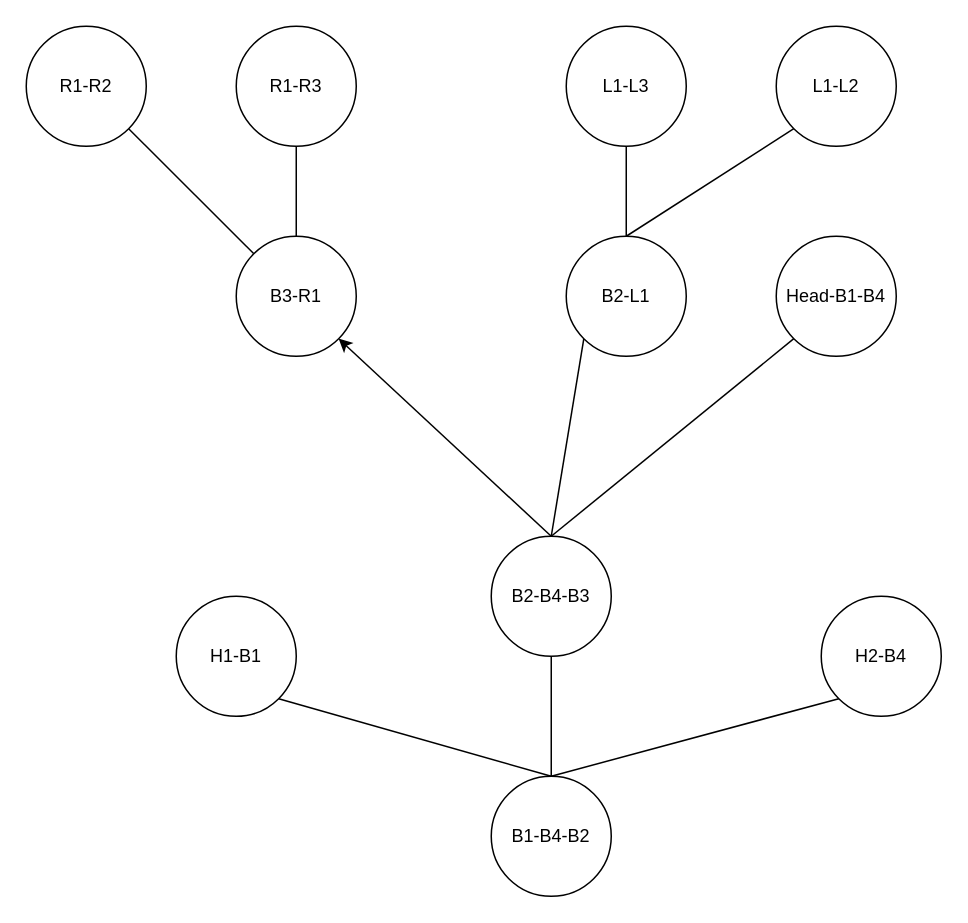
aneesh-shetye/diagrams keeps this draw.io diagram as ML-HW5.drawio. Above is the earlier version. Source tidied: cells renumbered, new cells numbered last; positions are measured from the earlier drawing's top-left corner, leaving out a move shared by most shapes. Both pictures are drawn from the tidied source at 150%, with x=0, y=0 at pixel (26, 26).
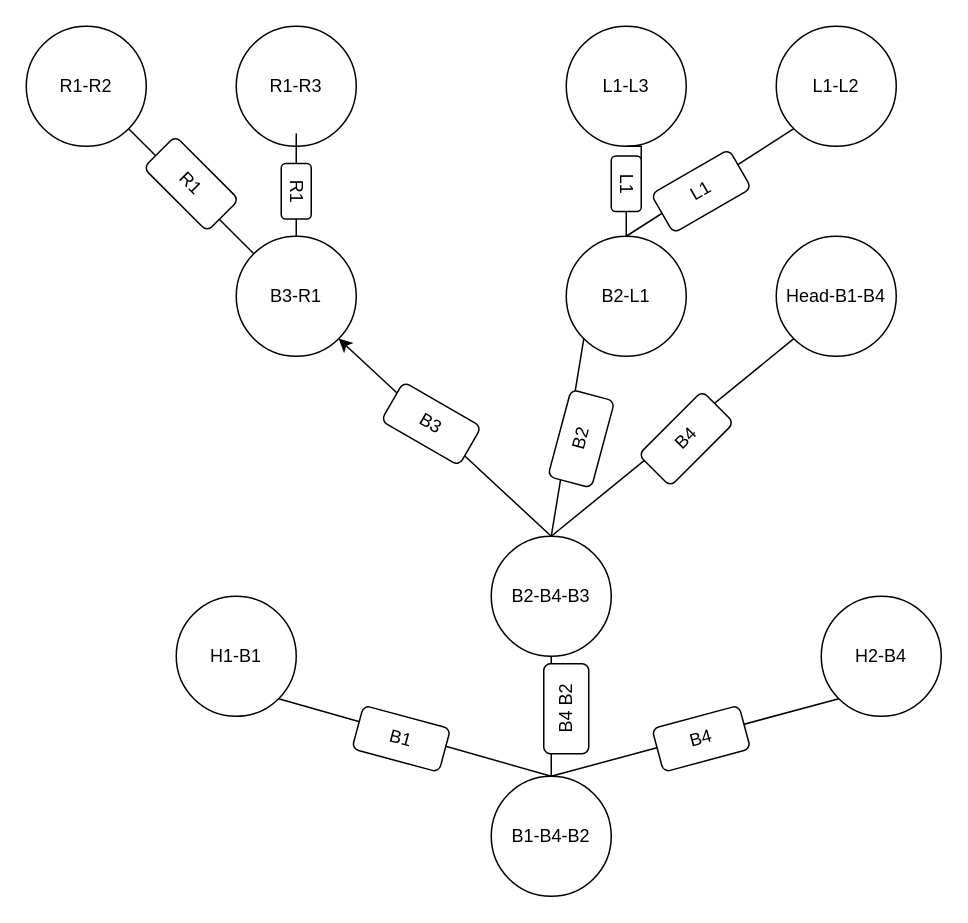
After the change.

The change refers to these unchanged cells:
```xml
<mxCell id="5" value="R1-R3" style="ellipse;whiteSpace=wrap;html=1;" parent="1" vertex="1">
  <mxGeometry x="140" width="80" height="80" as="geometry" />
</mxCell>
<mxCell id="7" value="L1-L3" style="ellipse;whiteSpace=wrap;html=1;" parent="1" vertex="1">
  <mxGeometry x="360" width="80" height="80" as="geometry" />
</mxCell>
<mxCell id="11" value="B3-R1" style="ellipse;whiteSpace=wrap;html=1;" parent="1" vertex="1">
  <mxGeometry x="140" y="140" width="80" height="80" as="geometry" />
</mxCell>
<mxCell id="13" value="B2-L1" style="ellipse;whiteSpace=wrap;html=1;" parent="1" vertex="1">
  <mxGeometry x="360" y="140" width="80" height="80" as="geometry" />
</mxCell>
```

What changed in the source:
```diff
@@
-    <mxCell id="4" style="edgeStyle=orthogonalEdgeStyle;rounded=0;jettySize=auto;html=1;endArrow=none;endFill=0;" parent="1" edge="1" source="5" target="11">
+    <mxCell id="4" style="edgeStyle=orthogonalEdgeStyle;rounded=0;jettySize=auto;html=1;endArrow=none;endFill=0;" parent="1" edge="1" source="25" target="11">
       <mxGeometry relative="1" as="geometry" />
     </mxCell>
@@
-    <mxCell id="6" style="edgeStyle=orthogonalEdgeStyle;rounded=0;jettySize=auto;html=1;exitX=0.5;exitY=1;exitDx=0;exitDy=0;entryX=0.5;entryY=0;entryDx=0;entryDy=0;endArrow=none;endFill=0;" parent="1" edge="1" source="7" target="13">
+    <mxCell id="6" style="edgeStyle=orthogonalEdgeStyle;rounded=0;jettySize=auto;html=1;exitX=0.5;exitY=1;exitDx=0;exitDy=0;entryX=0.5;entryY=0;entryDx=0;entryDy=0;endArrow=none;endFill=0;" parent="1" edge="1" source="28" target="13">
       <mxGeometry relative="1" as="geometry" />
     </mxCell>
@@
+    <mxCell id="23" value="R1" style="rounded=1;whiteSpace=wrap;html=1;rotation=45;" parent="1" vertex="1">
+      <mxGeometry x="80" y="90" width="60" height="30" as="geometry" />
+    </mxCell>
+    <mxCell id="24" style="edgeStyle=orthogonalEdgeStyle;rounded=0;jettySize=auto;html=1;endArrow=none;endFill=0;" parent="1" edge="1" source="5" target="25">
+      <mxGeometry relative="1" as="geometry" />
+    </mxCell>
+    <mxCell id="25" value="R1" style="rounded=1;whiteSpace=wrap;html=1;rotation=90;" parent="1" vertex="1">
+      <mxGeometry x="161.5" y="100" width="37" height="20" as="geometry" />
+    </mxCell>
+    <mxCell id="26" value="L1" style="rounded=1;whiteSpace=wrap;html=1;rotation=-30;" parent="1" vertex="1">
+      <mxGeometry x="420" y="95" width="60" height="30" as="geometry" />
+    </mxCell>
+    <mxCell id="27" style="edgeStyle=orthogonalEdgeStyle;rounded=0;jettySize=auto;html=1;exitX=0.5;exitY=1;exitDx=0;exitDy=0;entryX=0.5;entryY=0;entryDx=0;entryDy=0;endArrow=none;endFill=0;" parent="1" edge="1" source="7" target="28">
+      <mxGeometry relative="1" as="geometry" />
+    </mxCell>
+    <mxCell id="28" value="L1" style="rounded=1;whiteSpace=wrap;html=1;rotation=90;" parent="1" vertex="1">
+      <mxGeometry x="381.5" y="95" width="37" height="20" as="geometry" />
+    </mxCell>
+    <mxCell id="29" value="B4" style="rounded=1;whiteSpace=wrap;html=1;rotation=-45;" parent="1" vertex="1">
+      <mxGeometry x="410" y="260" width="60" height="30" as="geometry" />
+    </mxCell>
+    <mxCell id="30" value="B2" style="rounded=1;whiteSpace=wrap;html=1;rotation=-75;" parent="1" vertex="1">
+      <mxGeometry x="340" y="260" width="60" height="30" as="geometry" />
+    </mxCell>
+    <mxCell id="31" value="B3" style="rounded=1;whiteSpace=wrap;html=1;rotation=30;" parent="1" vertex="1">
+      <mxGeometry x="240" y="250" width="60" height="30" as="geometry" />
+    </mxCell>
+    <mxCell id="32" value="B4" style="rounded=1;whiteSpace=wrap;html=1;rotation=-15;" parent="1" vertex="1">
+      <mxGeometry x="420" y="460" width="60" height="30" as="geometry" />
+    </mxCell>
+    <mxCell id="33" value="B4 B2" style="rounded=1;whiteSpace=wrap;html=1;rotation=-90;" parent="1" vertex="1">
+      <mxGeometry x="330" y="440" width="60" height="30" as="geometry" />
+    </mxCell>
+    <mxCell id="34" value="B1" style="rounded=1;whiteSpace=wrap;html=1;rotation=15;" parent="1" vertex="1">
+      <mxGeometry x="220" y="460" width="60" height="30" as="geometry" />
+    </mxCell>
```
